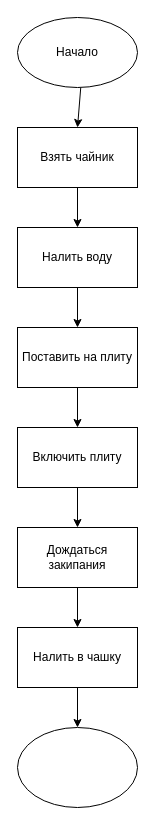
Before: diagrams/step2_tea_algorithm.drawio in K1eranza/isrpo_lab17, a draw.io diagram. Source tidied: cells renumbered, new cells numbered last; positions are measured from the earlier drawing's top-left corner, leaving out a move shared by most shapes. Both pictures are drawn from the tidied source at 100%, with x=0, y=0 at pixel (17, 17).
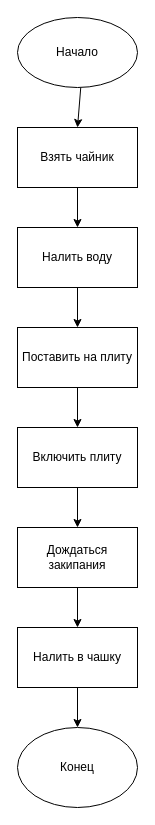
After the change.

Commit message (it also covers changes not shown here):
Step 4: variables, data types and calculations

Change to the diagram source:
```diff
@@
 <mxGraphModel>
   <root>
     <mxCell id="0" />
     <mxCell id="1" parent="0" />
     <mxCell id="2" style="edgeStyle=none;html=1;" parent="1" edge="1" source="3" target="5">
       <mxGeometry relative="1" as="geometry" />
     </mxCell>
     <mxCell id="3" value="Начало" style="ellipse;whiteSpace=wrap;html=1;" parent="1" vertex="1">
       <mxGeometry width="120" height="70" as="geometry" />
     </mxCell>
     <mxCell id="4" style="edgeStyle=none;html=1;" parent="1" edge="1" source="5" target="7">
       <mxGeometry relative="1" as="geometry" />
     </mxCell>
     <mxCell id="5" value="Взять чайник" style="rounded=0;whiteSpace=wrap;html=1;" parent="1" vertex="1">
       <mxGeometry y="110" width="120" height="60" as="geometry" />
     </mxCell>
     <mxCell id="6" style="edgeStyle=none;html=1;" parent="1" edge="1" source="7" target="9">
       <mxGeometry relative="1" as="geometry" />
     </mxCell>
     <mxCell id="7" value="Налить воду" style="rounded=0;whiteSpace=wrap;html=1;" parent="1" vertex="1">
       <mxGeometry y="210" width="120" height="60" as="geometry" />
     </mxCell>
     <mxCell id="8" style="edgeStyle=none;html=1;" parent="1" edge="1" source="9" target="11">
       <mxGeometry relative="1" as="geometry" />
     </mxCell>
     <mxCell id="9" value="Поставить на плиту" style="rounded=0;whiteSpace=wrap;html=1;" parent="1" vertex="1">
       <mxGeometry y="310" width="120" height="60" as="geometry" />
     </mxCell>
     <mxCell id="10" style="edgeStyle=none;html=1;" parent="1" edge="1" source="11" target="13">
       <mxGeometry relative="1" as="geometry" />
     </mxCell>
     <mxCell id="11" value="Включить плиту" style="rounded=0;whiteSpace=wrap;html=1;" parent="1" vertex="1">
       <mxGeometry y="410" width="120" height="60" as="geometry" />
     </mxCell>
     <mxCell id="12" style="edgeStyle=none;html=1;" parent="1" edge="1" source="13" target="15">
       <mxGeometry relative="1" as="geometry" />
     </mxCell>
     <mxCell id="13" value="Дождаться закипания" style="rounded=0;whiteSpace=wrap;html=1;" parent="1" vertex="1">
       <mxGeometry y="510" width="120" height="60" as="geometry" />
     </mxCell>
     <mxCell id="14" style="edgeStyle=none;html=1;" parent="1" edge="1" source="15" target="16">
       <mxGeometry relative="1" as="geometry" />
     </mxCell>
     <mxCell id="15" value="Налить в чашку" style="rounded=0;whiteSpace=wrap;html=1;" parent="1" vertex="1">
       <mxGeometry y="610" width="120" height="60" as="geometry" />
     </mxCell>
-    <mxCell id="16" style="ellipse;whiteSpace=wrap;html=1;" parent="1" vertex="1">
+    <mxCell id="16" value="Конец" style="ellipse;whiteSpace=wrap;html=1;" parent="1" vertex="1">
       <mxGeometry y="710" width="120" height="80" as="geometry" />
     </mxCell>
   </root>
 </mxGraphModel>
```
